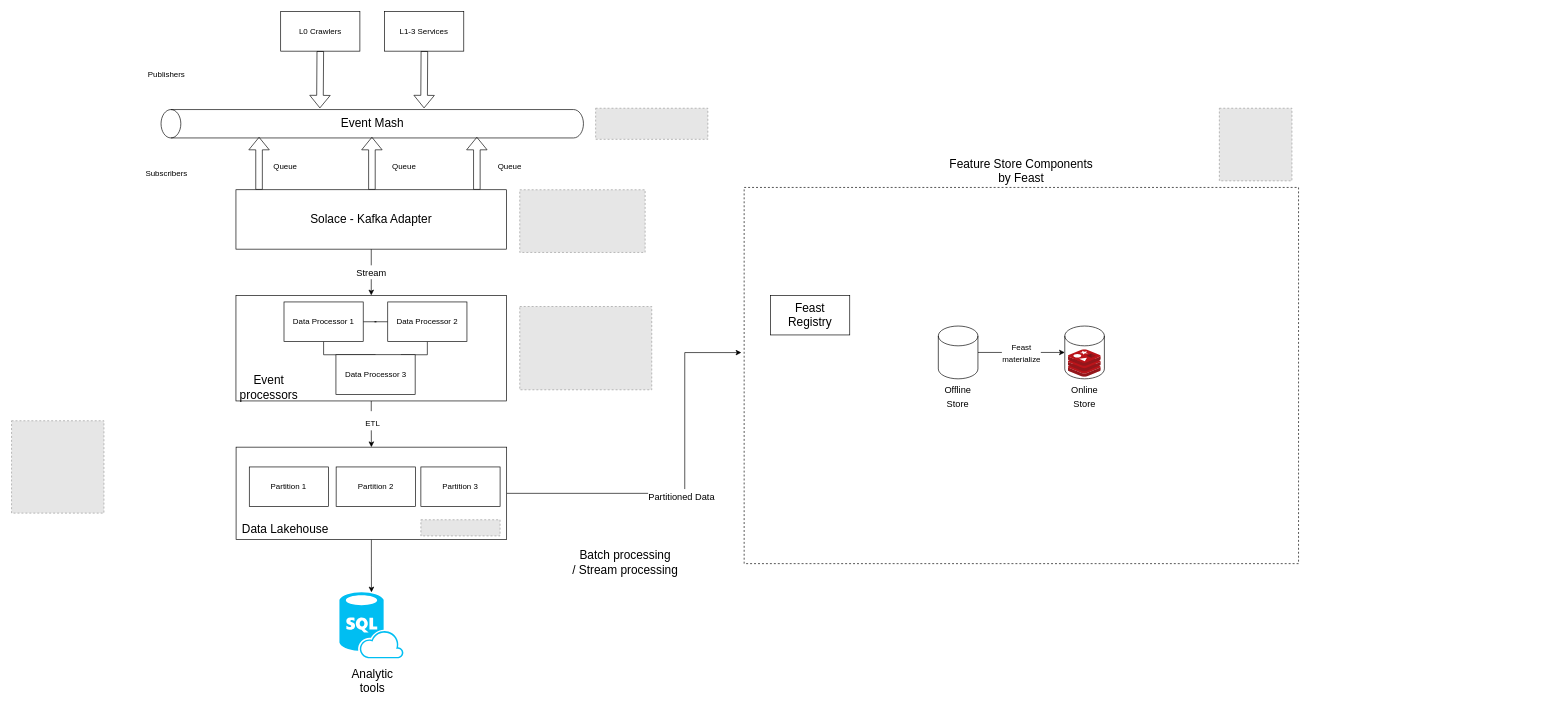
This is MLOps.drawio from tommy202201/HKJC, a draw.io file, before an edit. Source tidied: cells renumbered, new cells numbered last; positions are measured from the earlier drawing's top-left corner, leaving out a move shared by most shapes. Both pictures are drawn from the tidied source at 66%, with x=0, y=0 at pixel (11, -88). Pictures stored in the file or linked from it are replaced by grey dashed boxes.
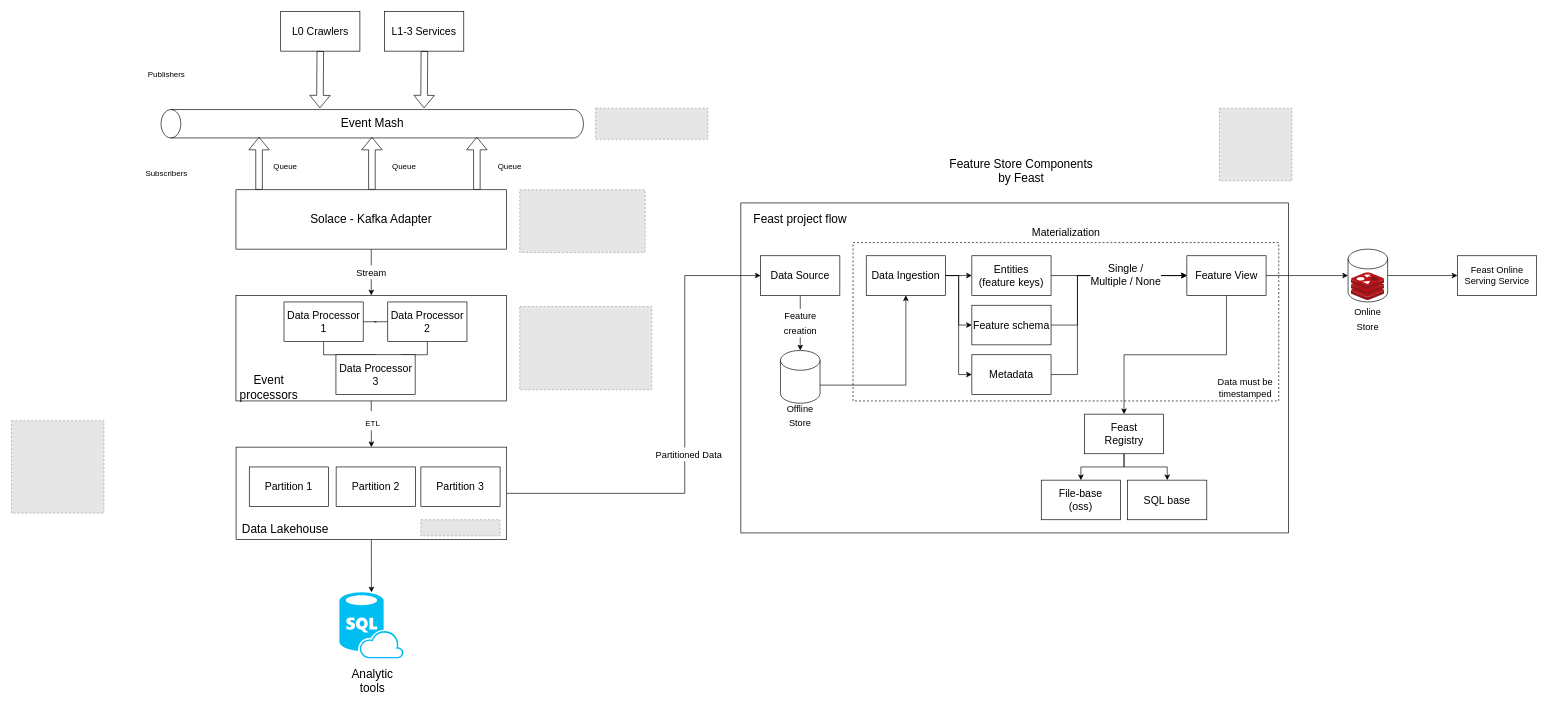
Above is the later version.

The change refers to these unchanged cells:
```xml
<mxCell id="32" style="rounded=0;whiteSpace=wrap;html=1;" parent="1" vertex="1">
  <mxGeometry x="340.2" y="810" width="410" height="140" as="geometry" />
</mxCell>
```

What changed in the source:
```diff
@@
-    <mxCell id="2" style="rounded=0;whiteSpace=wrap;html=1;fontSize=18;dashed=1;" parent="1" vertex="1">
-      <mxGeometry x="1110" y="416.5" width="840" height="570" as="geometry" />
-    </mxCell>
+    <mxCell id="54" style="rounded=0;whiteSpace=wrap;html=1;fontSize=18;" parent="1" vertex="1">
+      <mxGeometry x="1105" y="440" width="830" height="500" as="geometry" />
+    </mxCell>
+    <mxCell id="55" style="rounded=0;whiteSpace=wrap;html=1;fontSize=14;dashed=1;" parent="1" vertex="1">
+      <mxGeometry x="1275" y="500" width="645" height="240" as="geometry" />
+    </mxCell>
@@
-    <mxCell id="12" value="L0 Crawlers" style="rounded=0;whiteSpace=wrap;html=1;" parent="1" vertex="1">
+    <mxCell id="12" value="L0 Crawlers" style="rounded=0;whiteSpace=wrap;html=1;fontSize=16;" parent="1" vertex="1">
       <mxGeometry x="407.8" y="150" width="120" height="60" as="geometry" />
     </mxCell>
-    <mxCell id="13" value="L1-3 Services" style="rounded=0;whiteSpace=wrap;html=1;" parent="1" vertex="1">
+    <mxCell id="13" value="L1-3 Services" style="rounded=0;whiteSpace=wrap;html=1;fontSize=16;" parent="1" vertex="1">
       <mxGeometry x="565.2" y="150" width="120" height="60" as="geometry" />
     </mxCell>
@@
-    <mxCell id="19" style="edgeStyle=orthogonalEdgeStyle;rounded=0;jettySize=auto;html=1;exitX=1;exitY=0.5;exitDx=0;exitDy=0;endArrow=none;endFill=0;" parent="1" edge="1" source="21" target="23">
+    <mxCell id="19" style="edgeStyle=orthogonalEdgeStyle;rounded=0;jettySize=auto;html=1;exitX=1;exitY=0.5;exitDx=0;exitDy=0;endArrow=none;endFill=0;fontSize=16;" parent="1" edge="1" source="21" target="23">
       <mxGeometry relative="1" as="geometry" />
     </mxCell>
-    <mxCell id="20" style="edgeStyle=orthogonalEdgeStyle;rounded=0;jettySize=auto;html=1;exitX=0.5;exitY=1;exitDx=0;exitDy=0;entryX=0.5;entryY=0;entryDx=0;entryDy=0;endArrow=none;endFill=0;" parent="1" edge="1" source="21" target="24">
+    <mxCell id="20" style="edgeStyle=orthogonalEdgeStyle;rounded=0;jettySize=auto;html=1;exitX=0.5;exitY=1;exitDx=0;exitDy=0;entryX=0.5;entryY=0;entryDx=0;entryDy=0;endArrow=none;endFill=0;fontSize=16;" parent="1" edge="1" source="21" target="24">
       <mxGeometry relative="1" as="geometry" />
     </mxCell>
-    <mxCell id="21" value="Data Processor 1" style="rounded=0;whiteSpace=wrap;html=1;" parent="1" vertex="1">
+    <mxCell id="21" value="Data Processor 1" style="rounded=0;whiteSpace=wrap;html=1;fontSize=16;" parent="1" vertex="1">
       <mxGeometry x="412.8" y="590" width="120" height="60" as="geometry" />
     </mxCell>
-    <mxCell id="22" style="edgeStyle=orthogonalEdgeStyle;rounded=0;jettySize=auto;html=1;exitX=0.5;exitY=1;exitDx=0;exitDy=0;entryX=0.821;entryY=0;entryDx=0;entryDy=0;entryPerimeter=0;endArrow=none;endFill=0;" parent="1" edge="1" source="23" target="24">
+    <mxCell id="22" style="edgeStyle=orthogonalEdgeStyle;rounded=0;jettySize=auto;html=1;exitX=0.5;exitY=1;exitDx=0;exitDy=0;entryX=0.821;entryY=0;entryDx=0;entryDy=0;entryPerimeter=0;endArrow=none;endFill=0;fontSize=16;" parent="1" edge="1" source="23" target="24">
       <mxGeometry relative="1" as="geometry" />
     </mxCell>
-    <mxCell id="23" value="Data Processor 2" style="rounded=0;whiteSpace=wrap;html=1;" parent="1" vertex="1">
+    <mxCell id="23" value="Data Processor 2" style="rounded=0;whiteSpace=wrap;html=1;fontSize=16;" parent="1" vertex="1">
       <mxGeometry x="570" y="590" width="120" height="60" as="geometry" />
     </mxCell>
-    <mxCell id="24" value="Data Processor 3" style="rounded=0;whiteSpace=wrap;html=1;" parent="1" vertex="1">
+    <mxCell id="24" value="Data Processor 3" style="rounded=0;whiteSpace=wrap;html=1;fontSize=16;" parent="1" vertex="1">
       <mxGeometry x="491.5" y="670" width="120" height="60" as="geometry" />
     </mxCell>
@@
-    <mxCell id="29" style="edgeStyle=orthogonalEdgeStyle;rounded=0;jettySize=auto;html=1;exitX=1;exitY=0.5;exitDx=0;exitDy=0;entryX=-0.005;entryY=0.439;entryDx=0;entryDy=0;entryPerimeter=0;fontSize=18;startArrow=none;startFill=0;endArrow=classic;endFill=1;" parent="1" edge="1" source="32" target="2">
+    <mxCell id="29" style="edgeStyle=orthogonalEdgeStyle;rounded=0;jettySize=auto;html=1;exitX=1;exitY=0.5;exitDx=0;exitDy=0;entryX=0;entryY=0.5;entryDx=0;entryDy=0;fontSize=18;startArrow=none;startFill=0;endArrow=classic;endFill=1;" parent="1" edge="1" source="32" target="67">
       <mxGeometry relative="1" as="geometry">
         <Array as="points">
           <mxPoint x="1020" y="880" />
-          <mxPoint x="1020" y="667" />
+          <mxPoint x="1020" y="550" />
         </Array>
       </mxGeometry>
     </mxCell>
@@
-    <mxCell id="33" value="Partition 1" style="rounded=0;whiteSpace=wrap;html=1;" parent="1" vertex="1">
+    <mxCell id="33" value="Partition 1" style="rounded=0;whiteSpace=wrap;html=1;fontSize=16;" parent="1" vertex="1">
       <mxGeometry x="360.2" y="840" width="120" height="60" as="geometry" />
     </mxCell>
-    <mxCell id="34" value="Partition 2" style="rounded=0;whiteSpace=wrap;html=1;" parent="1" vertex="1">
+    <mxCell id="34" value="Partition 2" style="rounded=0;whiteSpace=wrap;html=1;fontSize=16;" parent="1" vertex="1">
       <mxGeometry x="491.8" y="840" width="120" height="60" as="geometry" />
     </mxCell>
-    <mxCell id="35" value="Partition 3" style="rounded=0;whiteSpace=wrap;html=1;" parent="1" vertex="1">
+    <mxCell id="35" value="Partition 3" style="rounded=0;whiteSpace=wrap;html=1;fontSize=16;" parent="1" vertex="1">
       <mxGeometry x="620.2" y="840" width="120" height="60" as="geometry" />
     </mxCell>
@@
-    <mxCell id="37" style="fillColor=#E6E6E6;strokeColor=#999999;dashed=1;verticalLabelPosition=bottom;labelBackgroundColor=default;verticalAlign=top;" parent="1" vertex="1">
+    <mxCell id="37" style="fillColor=#E6E6E6;strokeColor=#999999;dashed=1;verticalLabelPosition=bottom;labelBackgroundColor=default;verticalAlign=top;fontSize=16;" parent="1" vertex="1">
       <mxGeometry x="620.2" y="920" width="120" height="24.5" as="geometry" />
     </mxCell>
@@
-    <mxCell id="43" value="&lt;font style=&quot;font-size: 12px;&quot;&gt;Feast&lt;br&gt;materialize&lt;/font&gt;" style="edgeStyle=orthogonalEdgeStyle;rounded=0;jettySize=auto;html=1;exitX=1;exitY=0.5;exitDx=0;exitDy=0;exitPerimeter=0;entryX=0;entryY=0.5;entryDx=0;entryDy=0;entryPerimeter=0;fontSize=14;endArrow=classic;endFill=1;" parent="1" edge="1" source="44" target="46">
-      <mxGeometry relative="1" as="geometry" />
-    </mxCell>
-    <mxCell id="44" style="shape=cylinder3;whiteSpace=wrap;html=1;boundedLbl=1;backgroundOutline=1;size=15;fontSize=18;" parent="1" vertex="1">
-      <mxGeometry x="1404.2" y="626.5" width="60" height="80" as="geometry" />
-    </mxCell>
-    <mxCell id="45" value="&lt;font style=&quot;font-size: 14px;&quot;&gt;Offline Store&lt;/font&gt;" style="text;html=1;strokeColor=none;fillColor=none;align=center;verticalAlign=middle;whiteSpace=wrap;rounded=0;fontSize=18;" parent="1" vertex="1">
-      <mxGeometry x="1404.2" y="717.5" width="60" height="30" as="geometry" />
-    </mxCell>
+    <mxCell id="56" style="edgeStyle=orthogonalEdgeStyle;rounded=0;jettySize=auto;html=1;exitX=1;exitY=0.5;exitDx=0;exitDy=0;exitPerimeter=0;fontSize=14;startArrow=none;startFill=0;endArrow=classic;endFill=1;" parent="1" edge="1" source="46" target="83">
+      <mxGeometry relative="1" as="geometry" />
+    </mxCell>
     <mxCell id="46" style="shape=cylinder3;whiteSpace=wrap;html=1;boundedLbl=1;backgroundOutline=1;size=15;fontSize=18;" parent="1" vertex="1">
-      <mxGeometry x="1595.8" y="626.5" width="60" height="80" as="geometry" />
+      <mxGeometry x="2025" y="510" width="60" height="80" as="geometry" />
     </mxCell>
     <mxCell id="47" value="&lt;font style=&quot;font-size: 14px;&quot;&gt;Online Store&lt;/font&gt;" style="text;html=1;strokeColor=none;fillColor=none;align=center;verticalAlign=middle;whiteSpace=wrap;rounded=0;fontSize=18;" parent="1" vertex="1">
-      <mxGeometry x="1595.8" y="717.5" width="60" height="30" as="geometry" />
+      <mxGeometry x="2025" y="601" width="60" height="30" as="geometry" />
     </mxCell>
     <mxCell id="48" style="sketch=0;html=1;align=center;image;fontSize=12;image=img/lib/mscae/Cache_Redis_Product.svg;" parent="1" vertex="1">
-      <mxGeometry x="1600.8" y="662" width="50" height="42" as="geometry" />
+      <mxGeometry x="2030" y="545.5" width="50" height="42" as="geometry" />
     </mxCell>
@@
+    <mxCell id="57" style="edgeStyle=orthogonalEdgeStyle;rounded=0;jettySize=auto;html=1;exitX=0.5;exitY=1;exitDx=0;exitDy=0;entryX=0.5;entryY=0;entryDx=0;entryDy=0;fontSize=16;startArrow=none;startFill=0;endArrow=classic;endFill=1;" parent="1" edge="1" source="50" target="69">
+      <mxGeometry relative="1" as="geometry" />
+    </mxCell>
+    <mxCell id="58" style="edgeStyle=orthogonalEdgeStyle;rounded=0;jettySize=auto;html=1;exitX=0.5;exitY=1;exitDx=0;exitDy=0;entryX=0.5;entryY=0;entryDx=0;entryDy=0;fontSize=16;startArrow=none;startFill=0;endArrow=classic;endFill=1;" parent="1" edge="1" source="50" target="70">
+      <mxGeometry relative="1" as="geometry" />
+    </mxCell>
-    <mxCell id="50" value="Feast&lt;br&gt;Registry" style="rounded=0;whiteSpace=wrap;html=1;fontSize=18;" parent="1" vertex="1">
-      <mxGeometry x="1150" y="580" width="120" height="60" as="geometry" />
+    <mxCell id="50" value="Feast&lt;br style=&quot;font-size: 16px;&quot;&gt;Registry" style="rounded=0;whiteSpace=wrap;html=1;fontSize=16;" parent="1" vertex="1">
+      <mxGeometry x="1625.6" y="760" width="120" height="60" as="geometry" />
     </mxCell>
@@
-    <mxCell id="53" value="Batch processing&lt;br&gt;/ Stream processing" style="text;html=1;strokeColor=none;fillColor=none;align=center;verticalAlign=middle;whiteSpace=wrap;rounded=0;fontSize=18;" parent="1" vertex="1">
-      <mxGeometry x="830" y="970" width="200" height="30" as="geometry" />
-    </mxCell>
+    <mxCell id="59" style="edgeStyle=orthogonalEdgeStyle;rounded=0;jettySize=auto;html=1;exitX=1;exitY=0.5;exitDx=0;exitDy=0;entryX=0;entryY=0.5;entryDx=0;entryDy=0;fontSize=16;startArrow=none;startFill=0;endArrow=classic;endFill=1;" parent="1" edge="1" source="62" target="64">
+      <mxGeometry relative="1" as="geometry" />
+    </mxCell>
+    <mxCell id="60" style="edgeStyle=orthogonalEdgeStyle;rounded=0;jettySize=auto;html=1;exitX=1;exitY=0.5;exitDx=0;exitDy=0;entryX=0;entryY=0.5;entryDx=0;entryDy=0;fontSize=16;startArrow=none;startFill=0;endArrow=classic;endFill=1;" parent="1" edge="1" source="62" target="72">
+      <mxGeometry relative="1" as="geometry" />
+    </mxCell>
+    <mxCell id="61" style="edgeStyle=orthogonalEdgeStyle;rounded=0;jettySize=auto;html=1;exitX=1;exitY=0.5;exitDx=0;exitDy=0;entryX=0;entryY=0.5;entryDx=0;entryDy=0;fontSize=16;startArrow=none;startFill=0;endArrow=classic;endFill=1;" parent="1" edge="1" source="62" target="75">
+      <mxGeometry relative="1" as="geometry" />
+    </mxCell>
+    <mxCell id="62" value="&lt;font style=&quot;font-size: 16px;&quot;&gt;Data Ingestion&lt;/font&gt;" style="rounded=0;whiteSpace=wrap;html=1;fontSize=18;" parent="1" vertex="1">
+      <mxGeometry x="1295" y="520" width="120" height="60" as="geometry" />
+    </mxCell>
+    <mxCell id="63" style="edgeStyle=orthogonalEdgeStyle;rounded=0;jettySize=auto;html=1;exitX=1;exitY=0.5;exitDx=0;exitDy=0;entryX=0;entryY=0.5;entryDx=0;entryDy=0;fontSize=16;startArrow=none;startFill=0;endArrow=classic;endFill=1;" parent="1" edge="1" source="64" target="78">
+      <mxGeometry relative="1" as="geometry" />
+    </mxCell>
+    <mxCell id="64" value="&lt;font style=&quot;font-size: 16px;&quot;&gt;Entities &lt;br&gt;(feature keys)&lt;/font&gt;" style="rounded=0;whiteSpace=wrap;html=1;fontSize=16;" parent="1" vertex="1">
+      <mxGeometry x="1455" y="520" width="120" height="60" as="geometry" />
+    </mxCell>
+    <mxCell id="65" style="edgeStyle=orthogonalEdgeStyle;rounded=0;jettySize=auto;html=1;exitX=0.5;exitY=1;exitDx=0;exitDy=0;fontSize=14;startArrow=none;startFill=0;endArrow=classic;endFill=1;" parent="1" edge="1" source="67" target="82">
+      <mxGeometry relative="1" as="geometry" />
+    </mxCell>
+    <mxCell id="66" value="&lt;font style=&quot;font-size: 14px;&quot;&gt;Feature&lt;br&gt;creation&lt;/font&gt;" style="edgeLabel;html=1;align=center;verticalAlign=middle;fontSize=18;" parent="65" vertex="1">
+      <mxGeometry x="-0.01" y="-1" relative="1" as="geometry" />
+    </mxCell>
+    <mxCell id="67" value="&lt;font style=&quot;font-size: 16px;&quot;&gt;Data Source&lt;/font&gt;" style="rounded=0;whiteSpace=wrap;html=1;fontSize=18;" parent="1" vertex="1">
+      <mxGeometry x="1135" y="520" width="120" height="60" as="geometry" />
+    </mxCell>
+    <mxCell id="68" value="Feast project flow" style="text;html=1;strokeColor=none;fillColor=none;align=center;verticalAlign=middle;whiteSpace=wrap;rounded=0;fontSize=18;" parent="1" vertex="1">
+      <mxGeometry x="1115" y="450" width="160" height="30" as="geometry" />
+    </mxCell>
+    <mxCell id="69" value="File-base&lt;br style=&quot;font-size: 16px;&quot;&gt;(oss)" style="rounded=0;whiteSpace=wrap;html=1;fontSize=16;" parent="1" vertex="1">
+      <mxGeometry x="1560.2" y="860" width="120" height="60" as="geometry" />
+    </mxCell>
+    <mxCell id="70" value="SQL base" style="rounded=0;whiteSpace=wrap;html=1;fontSize=16;" parent="1" vertex="1">
+      <mxGeometry x="1691" y="860" width="120" height="60" as="geometry" />
+    </mxCell>
+    <mxCell id="71" style="edgeStyle=orthogonalEdgeStyle;rounded=0;jettySize=auto;html=1;exitX=1;exitY=0.5;exitDx=0;exitDy=0;entryX=0;entryY=0.5;entryDx=0;entryDy=0;fontSize=16;startArrow=none;startFill=0;endArrow=classic;endFill=1;" parent="1" edge="1" source="72" target="78">
+      <mxGeometry relative="1" as="geometry">
+        <Array as="points">
+          <mxPoint x="1615" y="625" />
+          <mxPoint x="1615" y="550" />
+        </Array>
+      </mxGeometry>
+    </mxCell>
+    <mxCell id="72" value="&lt;font style=&quot;font-size: 16px;&quot;&gt;Feature schema&lt;/font&gt;" style="rounded=0;whiteSpace=wrap;html=1;fontSize=16;" parent="1" vertex="1">
+      <mxGeometry x="1455" y="595" width="120" height="60" as="geometry" />
+    </mxCell>
+    <mxCell id="73" style="edgeStyle=orthogonalEdgeStyle;rounded=0;jettySize=auto;html=1;exitX=1;exitY=0.5;exitDx=0;exitDy=0;entryX=0;entryY=0.5;entryDx=0;entryDy=0;fontSize=16;startArrow=none;startFill=0;endArrow=classic;endFill=1;" parent="1" edge="1" source="75" target="78">
+      <mxGeometry relative="1" as="geometry">
+        <Array as="points">
+          <mxPoint x="1615" y="700" />
+          <mxPoint x="1615" y="550" />
+        </Array>
+      </mxGeometry>
+    </mxCell>
+    <mxCell id="74" value="Single /&lt;br style=&quot;font-size: 16px;&quot;&gt;Multiple / None" style="edgeLabel;html=1;align=center;verticalAlign=middle;fontSize=16;" parent="73" vertex="1">
+      <mxGeometry x="0.47" y="2" relative="1" as="geometry" />
+    </mxCell>
+    <mxCell id="75" value="&lt;font style=&quot;font-size: 16px;&quot;&gt;Metadata&lt;/font&gt;" style="rounded=0;whiteSpace=wrap;html=1;fontSize=16;" parent="1" vertex="1">
+      <mxGeometry x="1455" y="670" width="120" height="60" as="geometry" />
+    </mxCell>
+    <mxCell id="76" style="edgeStyle=orthogonalEdgeStyle;rounded=0;jettySize=auto;html=1;exitX=1;exitY=0.5;exitDx=0;exitDy=0;entryX=0;entryY=0.5;entryDx=0;entryDy=0;entryPerimeter=0;fontSize=14;startArrow=none;startFill=0;endArrow=classic;endFill=1;" parent="1" edge="1" source="78" target="46">
+      <mxGeometry relative="1" as="geometry" />
+    </mxCell>
+    <mxCell id="77" style="edgeStyle=orthogonalEdgeStyle;rounded=0;jettySize=auto;html=1;exitX=0.5;exitY=1;exitDx=0;exitDy=0;fontSize=16;startArrow=none;startFill=0;endArrow=classic;endFill=1;" parent="1" edge="1" source="78" target="50">
+      <mxGeometry relative="1" as="geometry" />
+    </mxCell>
+    <mxCell id="78" value="Feature View" style="rounded=0;whiteSpace=wrap;html=1;fontSize=16;" parent="1" vertex="1">
+      <mxGeometry x="1780.8" y="520" width="120" height="60" as="geometry" />
+    </mxCell>
+    <mxCell id="79" value="Data must be timestamped" style="text;html=1;strokeColor=none;fillColor=none;align=center;verticalAlign=middle;whiteSpace=wrap;rounded=0;fontSize=14;" parent="1" vertex="1">
+      <mxGeometry x="1819.2" y="705" width="100.8" height="30" as="geometry" />
+    </mxCell>
+    <mxCell id="80" value="&lt;font style=&quot;font-size: 16px;&quot;&gt;Materialization&lt;/font&gt;" style="text;html=1;strokeColor=none;fillColor=none;align=center;verticalAlign=middle;whiteSpace=wrap;rounded=0;fontSize=16;" parent="1" vertex="1">
+      <mxGeometry x="1567.5" y="470" width="60" height="30" as="geometry" />
+    </mxCell>
+    <mxCell id="81" style="edgeStyle=orthogonalEdgeStyle;rounded=0;jettySize=auto;html=1;exitX=1;exitY=0;exitDx=0;exitDy=52.5;exitPerimeter=0;entryX=0.5;entryY=1;entryDx=0;entryDy=0;fontSize=14;startArrow=none;startFill=0;endArrow=classic;endFill=1;" parent="1" edge="1" source="82" target="62">
+      <mxGeometry relative="1" as="geometry" />
+    </mxCell>
+    <mxCell id="82" style="shape=cylinder3;whiteSpace=wrap;html=1;boundedLbl=1;backgroundOutline=1;size=15;fontSize=14;" parent="1" vertex="1">
+      <mxGeometry x="1165" y="663.5" width="60" height="80" as="geometry" />
+    </mxCell>
+    <mxCell id="45" value="&lt;font style=&quot;font-size: 14px;&quot;&gt;Offline&lt;br&gt;Store&lt;br&gt;&lt;/font&gt;" style="text;html=1;strokeColor=none;fillColor=none;align=center;verticalAlign=middle;whiteSpace=wrap;rounded=0;fontSize=18;" parent="1" vertex="1">
+      <mxGeometry x="1165" y="746.5" width="60" height="30" as="geometry" />
+    </mxCell>
+    <mxCell id="83" value="Feast Online Serving Service" style="rounded=0;whiteSpace=wrap;html=1;fontSize=14;" parent="1" vertex="1">
+      <mxGeometry x="2190.8" y="520" width="120" height="60" as="geometry" />
+    </mxCell>
```
